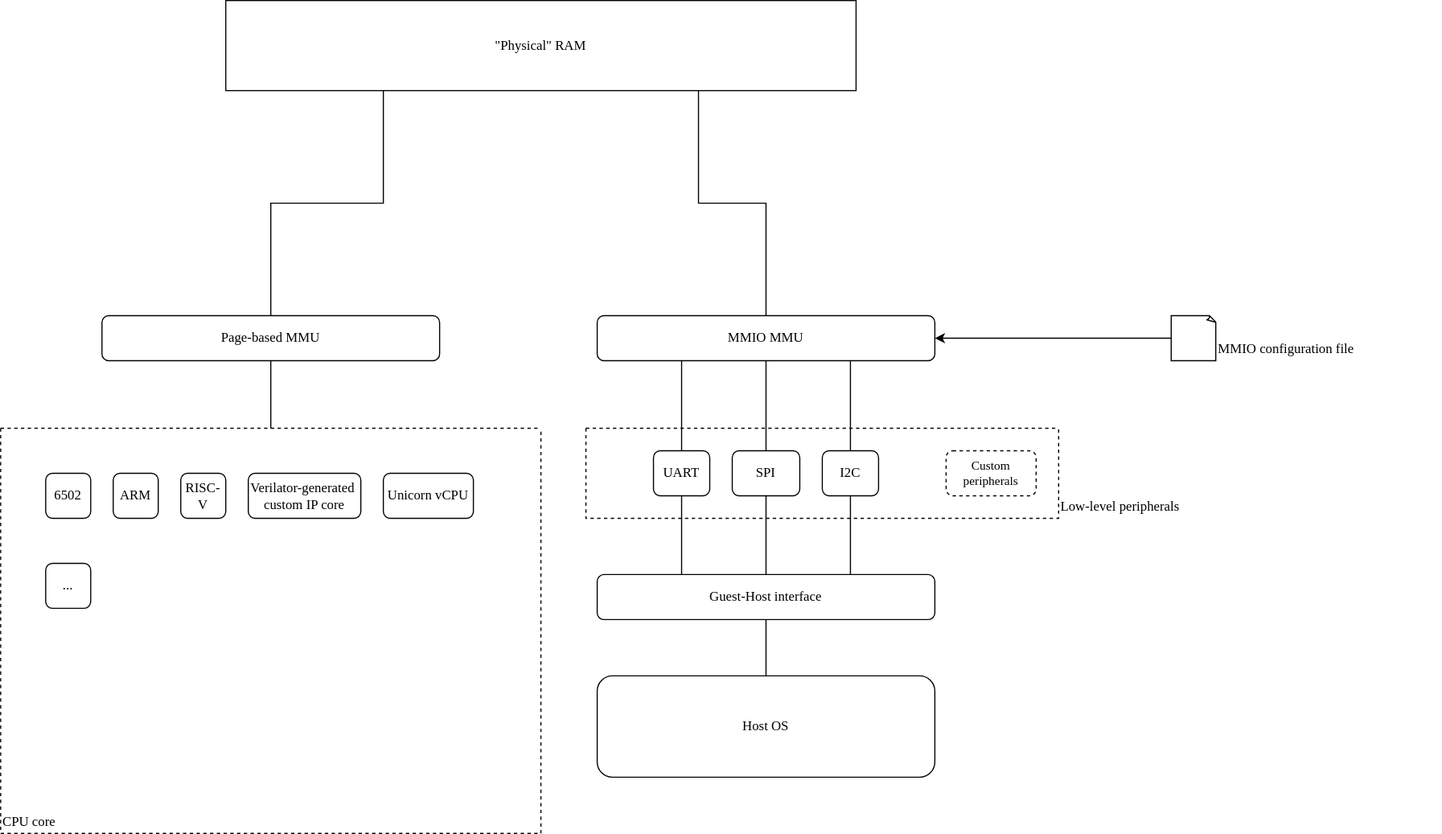
Earlier version of the draw.io export me-emu.svg (DreamChaser-luzeyu/M-EMU). Source tidied: cells renumbered, new cells last; positions are measured from the earlier drawing's top-left corner, leaving out a move shared by most shapes.
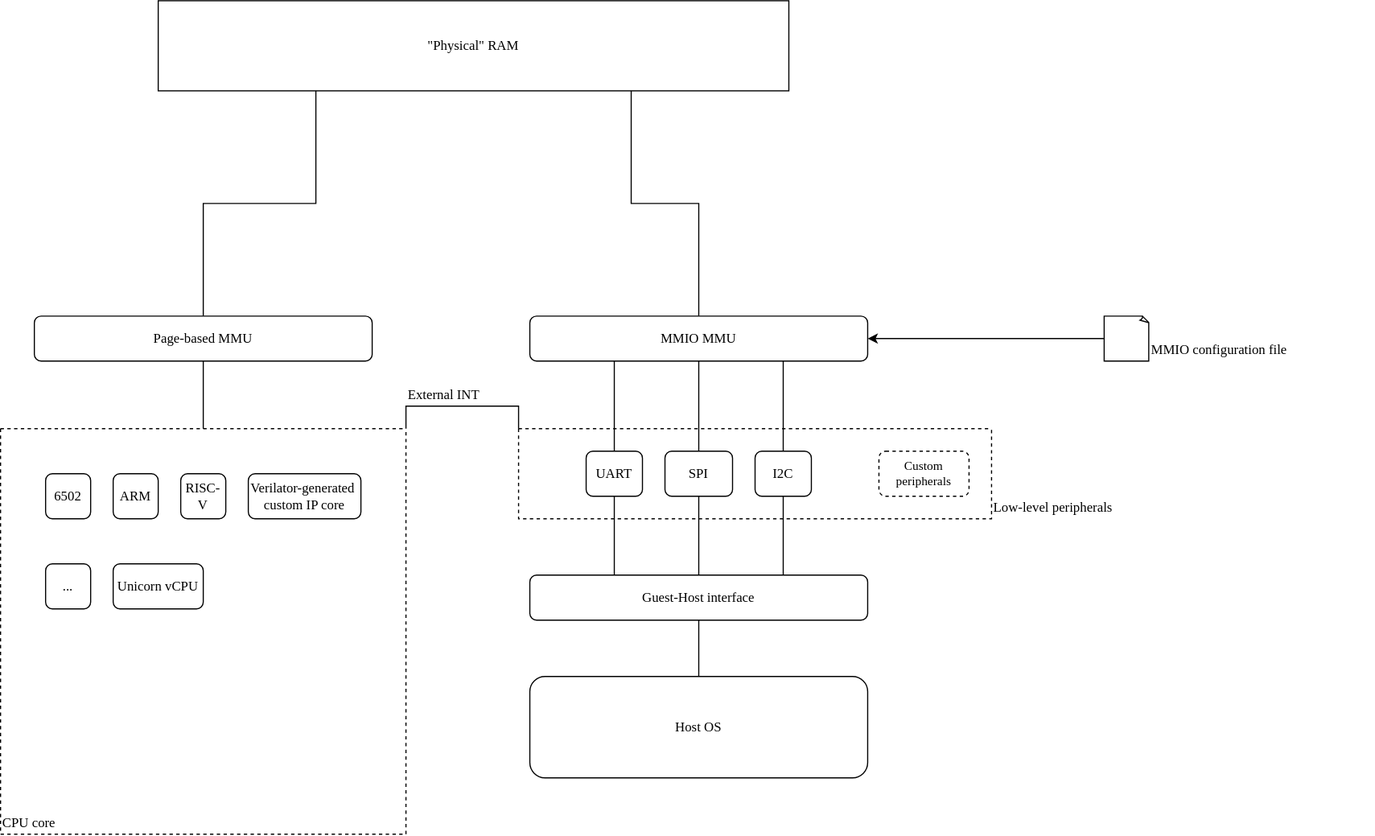
The same diagram one commit later.

Diff of the diagram source:
```diff
@@ -8,8 +8,11 @@
     <mxCell id="3" value="&lt;font face=&quot;Lucida Console&quot;&gt;&quot;Physical&quot; RAM&lt;/font&gt;" style="rounded=0;whiteSpace=wrap;html=1;" parent="1" vertex="1">
       <mxGeometry x="200" width="560" height="80" as="geometry" />
     </mxCell>
+    <mxCell id="34" style="edgeStyle=orthogonalEdgeStyle;rounded=0;jettySize=auto;html=1;exitX=1;exitY=0;exitDx=0;exitDy=0;entryX=0;entryY=0;entryDx=0;entryDy=0;endArrow=none;endFill=0;" parent="1" edge="1" source="4" target="12">
+      <mxGeometry relative="1" as="geometry" />
+    </mxCell>
     <mxCell id="4" style="swimlane;startSize=0;dashed=1;" parent="1" vertex="1">
-      <mxGeometry y="380" width="480" height="360" as="geometry" />
+      <mxGeometry x="60" y="380" width="360" height="360" as="geometry" />
     </mxCell>
     <mxCell id="5" value="CPU core" style="text;html=1;strokeColor=none;fillColor=none;align=left;verticalAlign=middle;whiteSpace=wrap;rounded=0;fontFamily=Lucida Console;" parent="4" vertex="1">
       <mxGeometry y="340" width="80" height="20" as="geometry" />
@@ -30,7 +33,7 @@
       <mxGeometry x="220" y="40" width="100" height="40" as="geometry" />
     </mxCell>
     <mxCell id="11" value="Unicorn vCPU" style="rounded=1;whiteSpace=wrap;html=1;fontFamily=Lucida Console;" parent="4" vertex="1">
-      <mxGeometry x="340" y="40" width="80" height="40" as="geometry" />
+      <mxGeometry x="100" y="120" width="80" height="40" as="geometry" />
     </mxCell>
     <mxCell id="12" style="swimlane;startSize=0;dashed=1;" parent="1" vertex="1">
       <mxGeometry x="520" y="380" width="420" height="80" as="geometry" />
@@ -98,5 +101,8 @@
     <mxCell id="33" value="Page-based MMU" style="rounded=1;whiteSpace=wrap;html=1;fontFamily=Lucida Console;" parent="1" vertex="1">
       <mxGeometry x="90" y="280" width="300" height="40" as="geometry" />
     </mxCell>
+    <mxCell id="35" value="External INT" style="text;html=1;strokeColor=none;fillColor=none;align=left;verticalAlign=middle;whiteSpace=wrap;rounded=0;fontFamily=Lucida Console;" parent="1" vertex="1">
+      <mxGeometry x="420" y="340" width="70" height="20" as="geometry" />
+    </mxCell>
   </root>
 </mxGraphModel>
```
